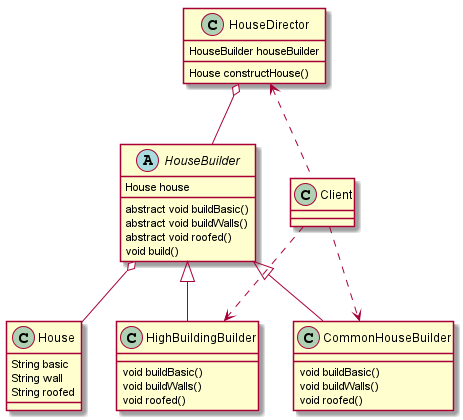
The PlantUML diagram docs/设计模式/建造者模式/img/建造者模式.png in en-hui/en-hui, before a commit.
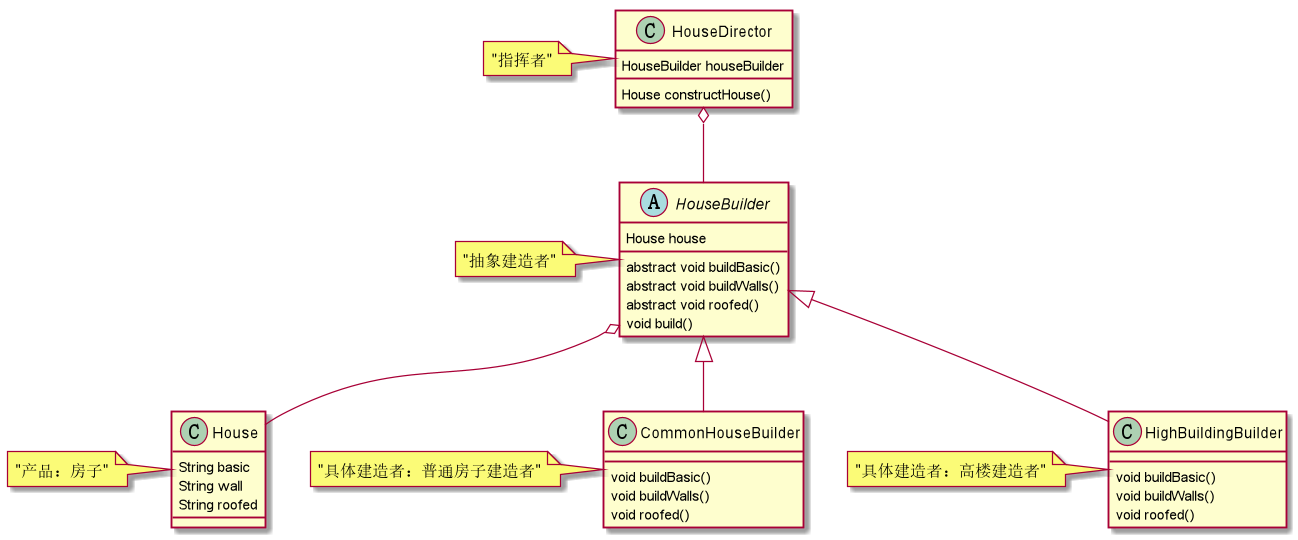
After the change.

Commit message:
建造者模式

Change to the diagram source:
```diff
@@ -28,13 +28,16 @@
     House constructHouse()
 }
 
-Client ..> CommonHouseBuilder
-Client ..> HighBuildingBuilder
-HouseDirector <.. Client
+
 HouseBuilder o-- House
 HouseDirector o-- HouseBuilder
 HouseBuilder <|-- CommonHouseBuilder
 HouseBuilder <|-- HighBuildingBuilder
 
+note left of House:"产品：房子"
+note left of HouseDirector:"指挥者"
+note left of HouseBuilder:"抽象建造者"
+note left of CommonHouseBuilder:"具体建造者：普通房子建造者"
+note left of HighBuildingBuilder:"具体建造者：高楼建造者"
 
 @enduml
```
